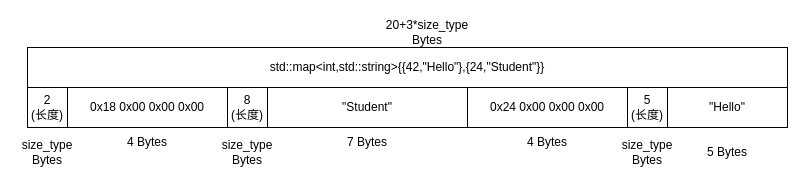
This is src/struct_pack/doc/images/layout/map_layout.drawio from alibaba/yalantinglibs, a draw.io file, before an edit. Source tidied: cells renumbered, new cells numbered last; positions are measured from the earlier drawing's top-left corner, leaving out a move shared by most shapes. Both pictures are drawn from the tidied source at 100%, with x=0, y=0 at pixel (17, 17).
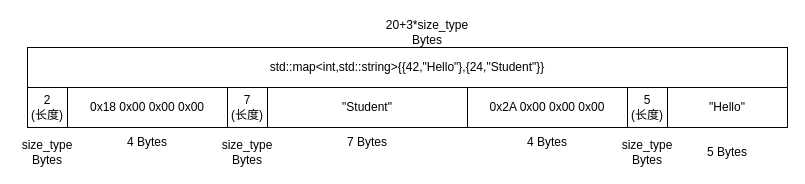
The same diagram, later.

Commit message (it also covers changes not shown here):
[no ci] fix layout document

The edit, as a diff of the source:
```diff
@@
 <mxGraphModel>
   <root>
     <mxCell id="0" />
     <mxCell id="1" parent="0" />
     <mxCell id="2" value="20+3*size_type Bytes" style="text;html=1;strokeColor=none;fillColor=none;align=center;verticalAlign=middle;whiteSpace=wrap;rounded=0;" parent="1" vertex="1">
       <mxGeometry x="380" width="60" height="30" as="geometry" />
     </mxCell>
     <mxCell id="3" value="2&lt;br&gt;(长度)" style="rounded=0;whiteSpace=wrap;html=1;fillColor=none;" parent="1" vertex="1">
       <mxGeometry x="10" y="70" width="40" height="40" as="geometry" />
     </mxCell>
     <mxCell id="4" value="0x18 0x00 0x00 0x00" style="rounded=0;whiteSpace=wrap;html=1;fillColor=none;" parent="1" vertex="1">
       <mxGeometry x="50" y="70" width="160" height="40" as="geometry" />
     </mxCell>
     <mxCell id="5" value="4 Bytes" style="text;html=1;strokeColor=none;fillColor=none;align=center;verticalAlign=middle;whiteSpace=wrap;rounded=0;" parent="1" vertex="1">
       <mxGeometry x="100" y="110" width="60" height="30" as="geometry" />
     </mxCell>
     <mxCell id="6" value="size_type Bytes" style="text;html=1;strokeColor=none;fillColor=none;align=center;verticalAlign=middle;whiteSpace=wrap;rounded=0;" parent="1" vertex="1">
       <mxGeometry y="120" width="60" height="30" as="geometry" />
     </mxCell>
     <mxCell id="7" value="std::map&amp;lt;int,std::string&amp;gt;{{42,&quot;Hello&quot;},{24,&quot;Student&quot;}}" style="rounded=0;whiteSpace=wrap;html=1;fillColor=none;" parent="1" vertex="1">
       <mxGeometry x="10" y="30" width="760" height="40" as="geometry" />
     </mxCell>
-    <mxCell id="8" value="0x24 0x00 0x00 0x00" style="rounded=0;whiteSpace=wrap;html=1;fillColor=none;" parent="1" vertex="1">
+    <mxCell id="8" value="0x2A 0x00 0x00 0x00" style="rounded=0;whiteSpace=wrap;html=1;fillColor=none;" parent="1" vertex="1">
       <mxGeometry x="450" y="70" width="160" height="40" as="geometry" />
     </mxCell>
     <mxCell id="9" value="4 Bytes" style="text;html=1;strokeColor=none;fillColor=none;align=center;verticalAlign=middle;whiteSpace=wrap;rounded=0;" parent="1" vertex="1">
       <mxGeometry x="500" y="110" width="60" height="30" as="geometry" />
     </mxCell>
     <mxCell id="10" value="&quot;Student&quot;" style="rounded=0;whiteSpace=wrap;html=1;fillColor=none;" parent="1" vertex="1">
       <mxGeometry x="250" y="70" width="200" height="40" as="geometry" />
     </mxCell>
-    <mxCell id="11" value="8&lt;br&gt;(长度)" style="rounded=0;whiteSpace=wrap;html=1;fillColor=none;" parent="1" vertex="1">
+    <mxCell id="11" value="7&lt;br&gt;(长度)" style="rounded=0;whiteSpace=wrap;html=1;fillColor=none;" parent="1" vertex="1">
       <mxGeometry x="210" y="70" width="40" height="40" as="geometry" />
     </mxCell>
     <mxCell id="12" value="size_type Bytes" style="text;html=1;strokeColor=none;fillColor=none;align=center;verticalAlign=middle;whiteSpace=wrap;rounded=0;" parent="1" vertex="1">
       <mxGeometry x="200" y="120" width="60" height="30" as="geometry" />
     </mxCell>
     <mxCell id="13" value="7 Bytes" style="text;html=1;strokeColor=none;fillColor=none;align=center;verticalAlign=middle;whiteSpace=wrap;rounded=0;" parent="1" vertex="1">
       <mxGeometry x="320" y="110" width="60" height="30" as="geometry" />
     </mxCell>
     <mxCell id="14" value="5&lt;br&gt;(长度)" style="rounded=0;whiteSpace=wrap;html=1;fillColor=none;" parent="1" vertex="1">
       <mxGeometry x="610" y="70" width="40" height="40" as="geometry" />
     </mxCell>
     <mxCell id="15" value="size_type Bytes" style="text;html=1;strokeColor=none;fillColor=none;align=center;verticalAlign=middle;whiteSpace=wrap;rounded=0;" parent="1" vertex="1">
       <mxGeometry x="600" y="120" width="60" height="30" as="geometry" />
     </mxCell>
     <mxCell id="16" value="&quot;Hello&quot;" style="rounded=0;whiteSpace=wrap;html=1;fillColor=none;" parent="1" vertex="1">
       <mxGeometry x="650" y="70" width="120" height="40" as="geometry" />
     </mxCell>
     <mxCell id="17" value="5 Bytes" style="text;html=1;strokeColor=none;fillColor=none;align=center;verticalAlign=middle;whiteSpace=wrap;rounded=0;" parent="1" vertex="1">
       <mxGeometry x="680" y="120" width="60" height="30" as="geometry" />
     </mxCell>
   </root>
 </mxGraphModel>
```
